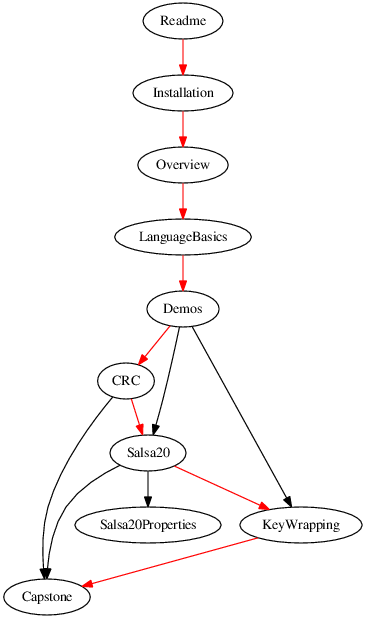
Before: misc/deps.png, a diagram exported from Graphviz (weaversa/cryptol-course). Its source is kept beside it as misc/deps.gv.
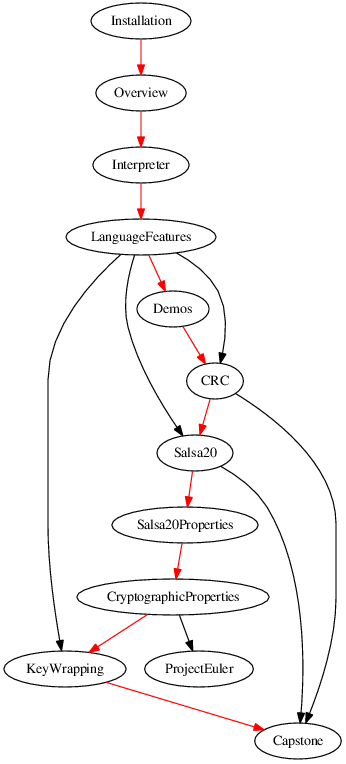
After the change.

Diff of the diagram source:
```diff
@@ -1,34 +1,22 @@
 digraph G {
 
   edge [color=red];
-  Readme -> Installation;
-  edge [color=red];
   Installation -> Overview;
-
-
-  edge [color=red];
-  Overview -> LanguageBasics;
-  edge [color=red];
-  LanguageBasics->Demos;
-
-  edge [color=red];
+  Overview -> Interpreter;
+  Interpreter -> LanguageFeatures;
+  LanguageFeatures -> Demos;
   Demos -> CRC;
-  edge [color=black];
-  Demos -> Salsa20;
-  edge [color=black];
-  Demos -> KeyWrapping
-  edge [color=red];
   CRC -> Salsa20;
-  edge [color=red];
-  Salsa20 -> KeyWrapping;
+  Salsa20 -> Salsa20Properties;
+  Salsa20Properties -> CryptographicProperties;
+  CryptographicProperties -> KeyWrapping;
+  KeyWrapping -> Capstone;
 
   edge [color=black];
-  Salsa20 -> Salsa20Properties;
-
-  edge [color=black];
+  CryptographicProperties -> ProjectEuler;
   CRC -> Capstone;
-  edge [color=black];
+  LanguageFeatures -> CRC;
+  LanguageFeatures -> Salsa20;
+  LanguageFeatures -> KeyWrapping;
   Salsa20 -> Capstone;
-  edge [color=red];
-  KeyWrapping -> Capstone;
 }
```
